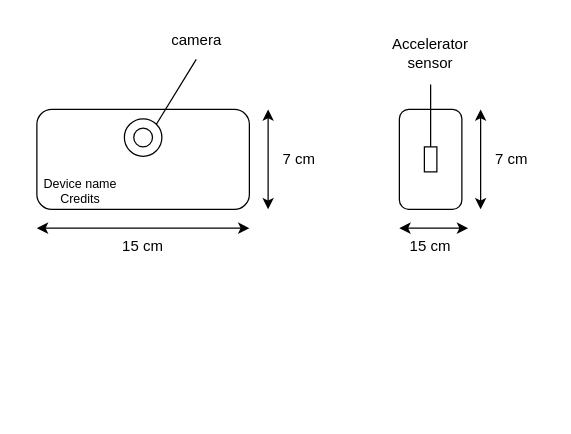
Above: Device-PBL5.drawio in lukas0173/Draw.io (draw.io), before the change. Source tidied: cells renumbered, new cells numbered last; positions are measured from the earlier drawing's top-left corner, leaving out a move shared by most shapes. Both pictures are drawn from the tidied source at 125%, with x=0, y=0 at pixel (36, 21).
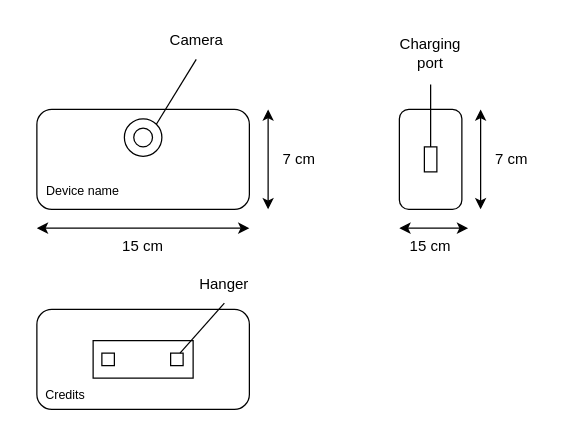
Above is the later version.

The edit, as a diff of the source:
```diff
@@
-    <mxCell id="5" value="Device name&lt;div&gt;Credits&lt;/div&gt;" style="text;html=1;align=center;verticalAlign=middle;whiteSpace=wrap;rounded=0;fontSize=10;" parent="1" vertex="1">
-      <mxGeometry y="120" width="70" height="30" as="geometry" />
+    <mxCell id="5" value="Device name" style="text;html=1;align=center;verticalAlign=middle;whiteSpace=wrap;rounded=0;fontSize=10;" parent="1" vertex="1">
+      <mxGeometry x="2" y="120" width="70" height="30" as="geometry" />
     </mxCell>
@@
-    <mxCell id="15" value="camera" style="text;html=1;align=center;verticalAlign=middle;whiteSpace=wrap;rounded=0;" parent="1" vertex="1">
+    <mxCell id="15" value="Camera" style="text;html=1;align=center;verticalAlign=middle;whiteSpace=wrap;rounded=0;" parent="1" vertex="1">
       <mxGeometry x="97.5" width="60" height="30" as="geometry" />
     </mxCell>
@@
-    <mxCell id="19" value="Accelerator sensor" style="text;html=1;align=center;verticalAlign=middle;whiteSpace=wrap;rounded=0;" parent="1" vertex="1">
+    <mxCell id="19" value="Charging port" style="text;html=1;align=center;verticalAlign=middle;whiteSpace=wrap;rounded=0;" parent="1" vertex="1">
       <mxGeometry x="285" y="10" width="60" height="30" as="geometry" />
     </mxCell>
+    <mxCell id="20" style="rounded=1;whiteSpace=wrap;html=1;" parent="1" vertex="1">
+      <mxGeometry y="230" width="170" height="80" as="geometry" />
+    </mxCell>
+    <mxCell id="21" value="&lt;div&gt;Credits&lt;/div&gt;" style="text;html=1;align=center;verticalAlign=middle;whiteSpace=wrap;rounded=0;fontSize=10;" parent="1" vertex="1">
+      <mxGeometry x="-12" y="283" width="70" height="30" as="geometry" />
+    </mxCell>
+    <mxCell id="22" style="rounded=0;whiteSpace=wrap;html=1;" parent="1" vertex="1">
+      <mxGeometry x="45" y="255" width="80" height="30" as="geometry" />
+    </mxCell>
+    <mxCell id="23" style="rounded=0;whiteSpace=wrap;html=1;" parent="1" vertex="1">
+      <mxGeometry x="52" y="265" width="10" height="10" as="geometry" />
+    </mxCell>
+    <mxCell id="24" style="rounded=0;whiteSpace=wrap;html=1;" parent="1" vertex="1">
+      <mxGeometry x="107" y="265" width="10" height="10" as="geometry" />
+    </mxCell>
+    <mxCell id="25" value="Hanger" style="text;html=1;align=center;verticalAlign=middle;whiteSpace=wrap;rounded=0;" parent="1" vertex="1">
+      <mxGeometry x="120" y="195" width="60" height="30" as="geometry" />
+    </mxCell>
+    <mxCell id="26" style="endArrow=none;html=1;rounded=0;exitX=0.75;exitY=0;exitDx=0;exitDy=0;entryX=0.5;entryY=1;entryDx=0;entryDy=0;" parent="1" edge="1" source="24" target="25">
+      <mxGeometry relative="1" as="geometry" />
+    </mxCell>
```
